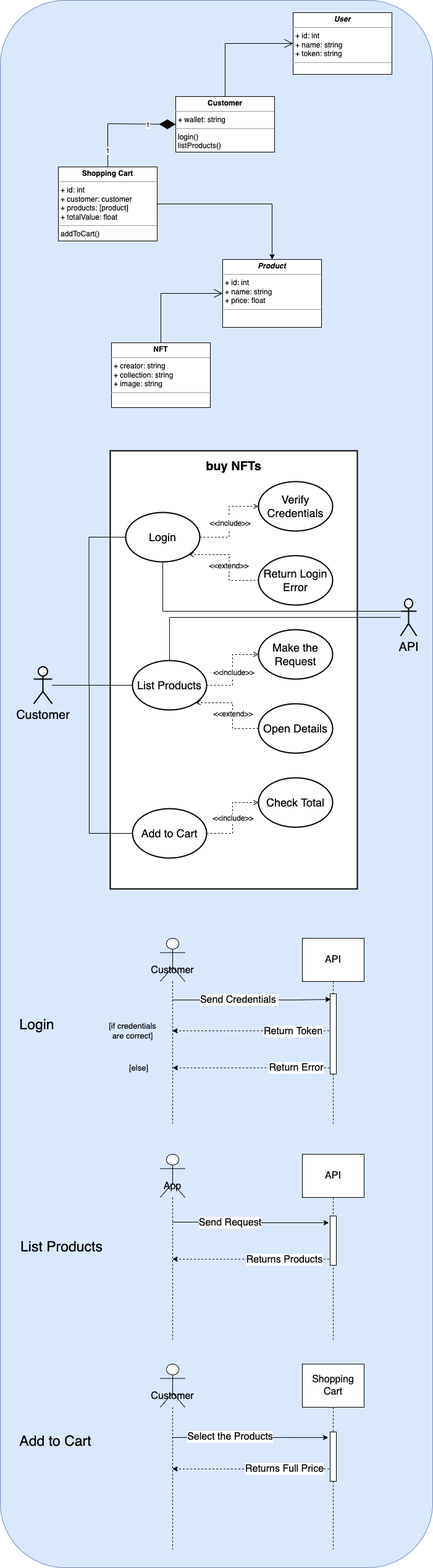
Earlier version of the draw.io export documentation/BuyNFTs-Diagrams.png (gu7araujo/IOS-BuyNFTs). Source tidied: cells renumbered, new cells last; positions are measured from the earlier drawing's top-left corner, leaving out a move shared by most shapes.
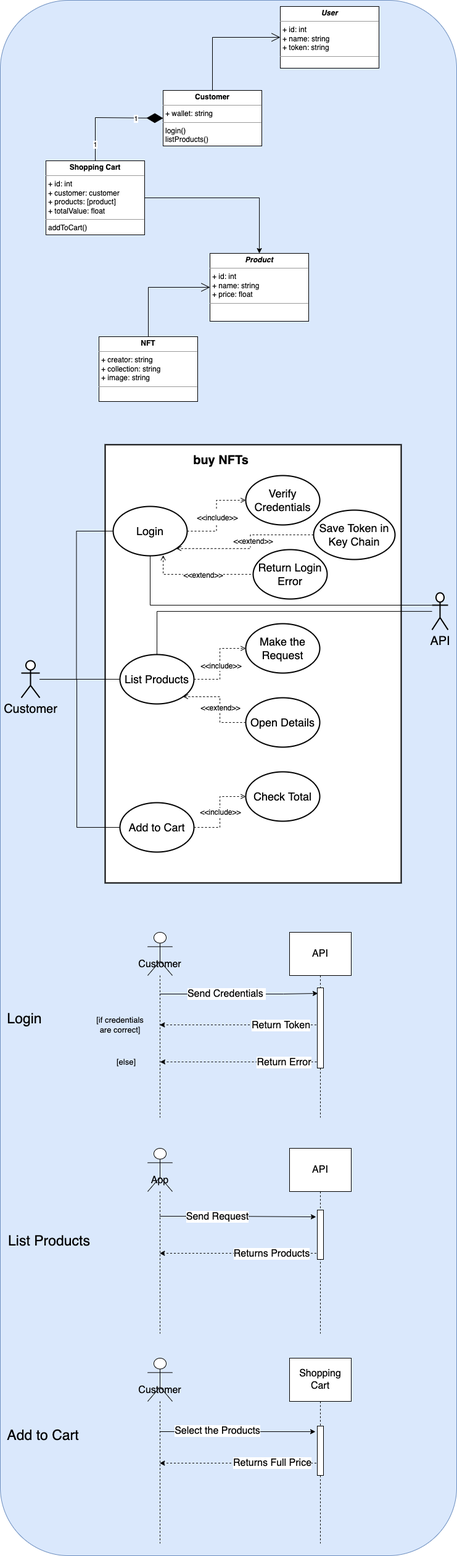
Later version of the same file.

The edit, as a diff of the source:
```diff
@@ -3,7 +3,7 @@
     <mxCell id="0" />
     <mxCell id="1" parent="0" />
     <mxCell id="2" style="rounded=1;whiteSpace=wrap;html=1;fillColor=#dae8fc;strokeColor=#6c8ebf;" parent="1" vertex="1">
-      <mxGeometry width="700" height="2540" as="geometry" />
+      <mxGeometry x="20" y="10" width="740" height="2520" as="geometry" />
     </mxCell>
     <mxCell id="3" value="&lt;p style=&quot;margin:0px;margin-top:4px;text-align:center;&quot;&gt;&lt;b&gt;&lt;i&gt;User&lt;/i&gt;&lt;/b&gt;&lt;/p&gt;&lt;hr size=&quot;1&quot;&gt;&lt;p style=&quot;margin:0px;margin-left:4px;&quot;&gt;+ id: int&lt;/p&gt;&lt;p style=&quot;margin:0px;margin-left:4px;&quot;&gt;+ name: string&lt;/p&gt;&lt;p style=&quot;margin:0px;margin-left:4px;&quot;&gt;+ token: string&lt;/p&gt;&lt;hr size=&quot;1&quot;&gt;&lt;p style=&quot;margin:0px;margin-left:4px;&quot;&gt;&lt;br&gt;&lt;/p&gt;" style="verticalAlign=top;align=left;overflow=fill;fontSize=12;fontFamily=Helvetica;html=1;" parent="1" vertex="1">
       <mxGeometry x="474" y="20" width="160" height="100" as="geometry" />
@@ -51,7 +51,7 @@
       </mxGeometry>
     </mxCell>
     <mxCell id="14" style="rounded=0;whiteSpace=wrap;html=1;fontSize=20;strokeWidth=2;" parent="1" vertex="1">
-      <mxGeometry x="178" y="730" width="400" height="710" as="geometry" />
+      <mxGeometry x="190" y="730" width="480" height="710" as="geometry" />
     </mxCell>
     <mxCell id="15" style="edgeStyle=orthogonalEdgeStyle;rounded=0;jettySize=auto;html=1;fontSize=12;endArrow=none;endFill=0;" parent="1" edge="1" source="18" target="24">
       <mxGeometry relative="1" as="geometry" />
@@ -77,7 +77,7 @@
       <mxGeometry relative="1" as="geometry" />
     </mxCell>
     <mxCell id="21" value="API" style="shape=umlActor;html=1;verticalLabelPosition=bottom;verticalAlign=top;align=center;fontSize=20;strokeWidth=2;" parent="1" vertex="1">
-      <mxGeometry x="648" y="970" width="26" height="60" as="geometry" />
+      <mxGeometry x="720" y="970" width="26" height="60" as="geometry" />
     </mxCell>
     <mxCell id="22" style="edgeStyle=orthogonalEdgeStyle;rounded=0;jettySize=auto;html=1;exitX=1;exitY=0.5;exitDx=0;exitDy=0;entryX=0;entryY=0.5;entryDx=0;entryDy=0;fontSize=18;startArrow=none;startFill=0;endArrow=open;endFill=0;dashed=1;" parent="1" edge="1" source="24" target="36">
       <mxGeometry relative="1" as="geometry" />
@@ -96,7 +96,7 @@
         <mxPoint x="1" y="1" as="offset" />
       </mxGeometry>
     </mxCell>
-    <mxCell id="27" style="edgeStyle=orthogonalEdgeStyle;rounded=0;jettySize=auto;html=1;exitX=1;exitY=1;exitDx=0;exitDy=0;entryX=0;entryY=0.5;entryDx=0;entryDy=0;dashed=1;fontSize=12;endArrow=none;endFill=0;startArrow=open;startFill=0;" parent="1" edge="1" source="30" target="35">
+    <mxCell id="27" style="edgeStyle=orthogonalEdgeStyle;rounded=0;jettySize=auto;html=1;exitX=0.676;exitY=0.988;exitDx=0;exitDy=0;entryX=0;entryY=0.5;entryDx=0;entryDy=0;dashed=1;fontSize=12;endArrow=none;endFill=0;startArrow=open;startFill=0;exitPerimeter=0;" parent="1" edge="1" source="30" target="35">
       <mxGeometry relative="1" as="geometry" />
     </mxCell>
     <mxCell id="28" value="&amp;lt;&amp;lt;extend&amp;gt;&amp;gt;" style="edgeLabel;html=1;align=center;verticalAlign=middle;fontSize=12;" parent="27" vertex="1">
@@ -121,7 +121,7 @@
       <mxGeometry x="418" y="780" width="120" height="80" as="geometry" />
     </mxCell>
     <mxCell id="35" value="Return Login Error" style="ellipse;whiteSpace=wrap;html=1;fontSize=18;strokeWidth=2;" parent="1" vertex="1">
-      <mxGeometry x="418" y="900" width="120" height="80" as="geometry" />
+      <mxGeometry x="430" y="900" width="120" height="80" as="geometry" />
     </mxCell>
     <mxCell id="36" value="Make the Request" style="ellipse;whiteSpace=wrap;html=1;fontSize=18;strokeWidth=2;" parent="1" vertex="1">
       <mxGeometry x="418" y="1020" width="120" height="80" as="geometry" />
@@ -262,5 +262,16 @@
     <mxCell id="68" value="Add to Cart" style="text;html=1;align=center;verticalAlign=middle;strokeColor=none;fillColor=none;fontSize=23;" parent="1" vertex="1">
       <mxGeometry x="24" y="2320" width="130" height="30" as="geometry" />
     </mxCell>
+    <mxCell id="69" style="edgeStyle=orthogonalEdgeStyle;rounded=0;jettySize=auto;html=1;entryX=1;entryY=1;entryDx=0;entryDy=0;dashed=1;endArrow=open;endFill=0;" parent="1" edge="1" source="71" target="30">
+      <mxGeometry relative="1" as="geometry" />
+    </mxCell>
+    <mxCell id="70" value="&amp;lt;&amp;lt;extend&amp;gt;&amp;gt;" style="edgeLabel;html=1;align=center;verticalAlign=middle;fontSize=12;" parent="69" vertex="1">
+      <mxGeometry x="-0.1" y="2" relative="1" as="geometry">
+        <mxPoint x="2" y="2" as="offset" />
+      </mxGeometry>
+    </mxCell>
+    <mxCell id="71" value="Save Token in Key Chain" style="ellipse;whiteSpace=wrap;html=1;fontSize=18;strokeWidth=2;" parent="1" vertex="1">
+      <mxGeometry x="528" y="836" width="132" height="80" as="geometry" />
+    </mxCell>
   </root>
 </mxGraphModel>
```
